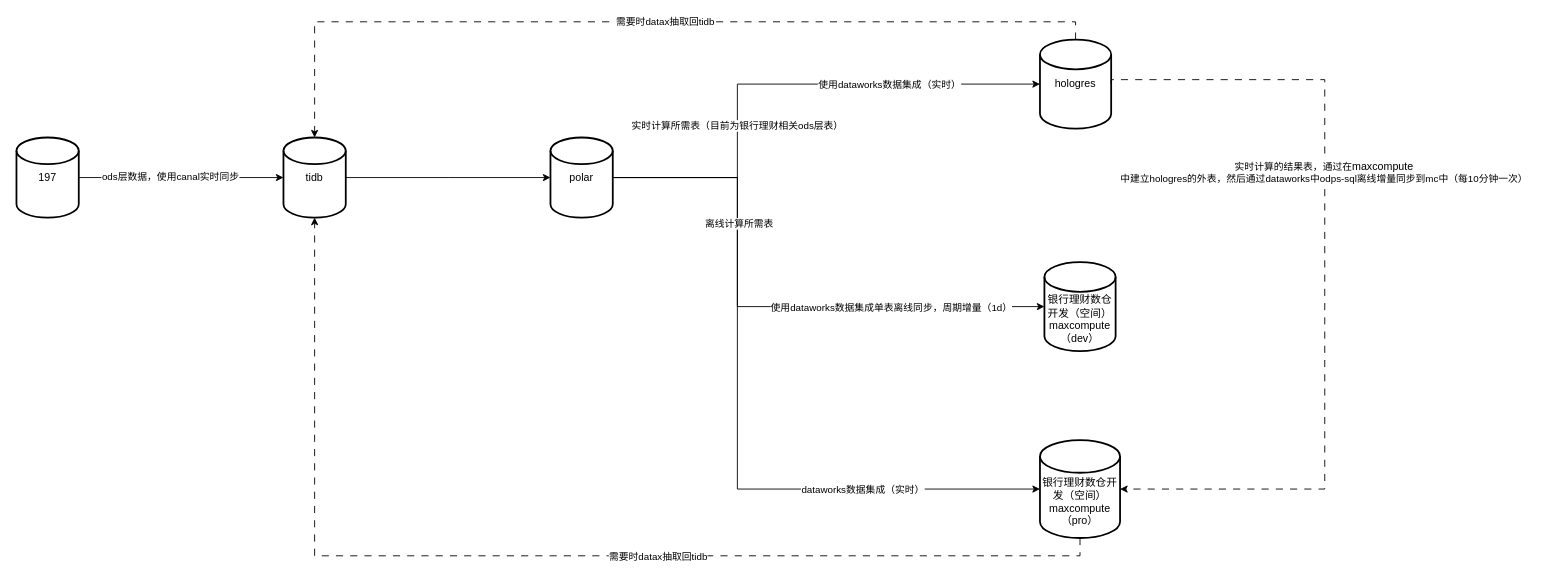
Earlier version of the draw.io diagram 基础数据流向.drawio (liujiansgit/images-). Source tidied: cells renumbered, new cells numbered last; positions are measured from the earlier drawing's top-left corner, leaving out a move shared by most shapes. Both pictures are drawn from the tidied source at 89%, with x=0, y=0 at pixel (16, 21).
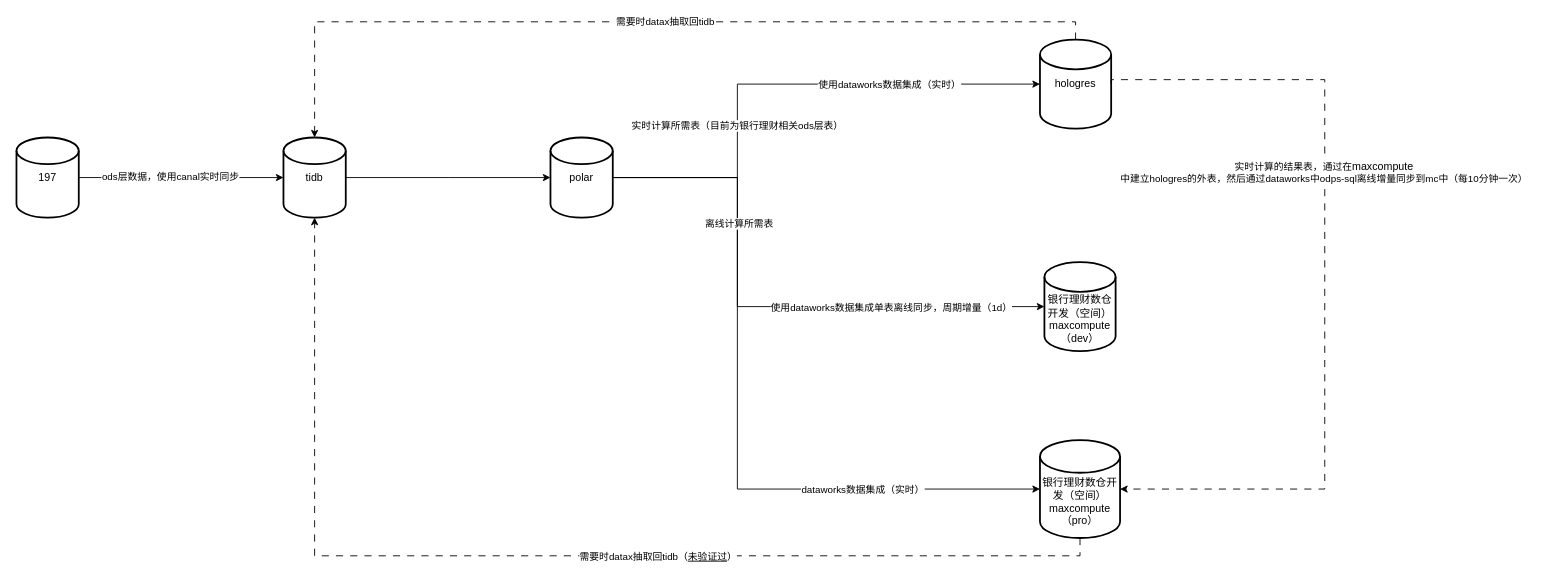
After the change.

Commit message:
已添加 基础数据流向.drawio

Unchanged cells that the change refers to:
```xml
<mxCell id="20" style="edgeStyle=orthogonalEdgeStyle;rounded=0;jettySize=auto;html=1;entryX=0.5;entryY=1;entryDx=0;entryDy=0;entryPerimeter=0;dashed=1;dashPattern=8 8;" parent="1" edge="1" source="9" target="3">
  <mxGeometry relative="1" as="geometry">
    <Array as="points">
      <mxPoint x="1195" y="600" />
      <mxPoint x="335" y="600" />
    </Array>
  </mxGeometry>
</mxCell>
```

Diff of the diagram source:
```diff
@@
-    <mxCell id="21" value="需要时datax抽取回tidb" style="edgeLabel;html=1;align=center;verticalAlign=middle;" parent="20" vertex="1">
+    <mxCell id="21" value="需要时datax抽取回tidb（&lt;u&gt;未验证过&lt;/u&gt;）" style="edgeLabel;html=1;align=center;verticalAlign=middle;" parent="20" vertex="1">
       <mxGeometry x="-0.13" relative="1" as="geometry">
         <mxPoint x="53" as="offset" />
       </mxGeometry>
     </mxCell>
```
